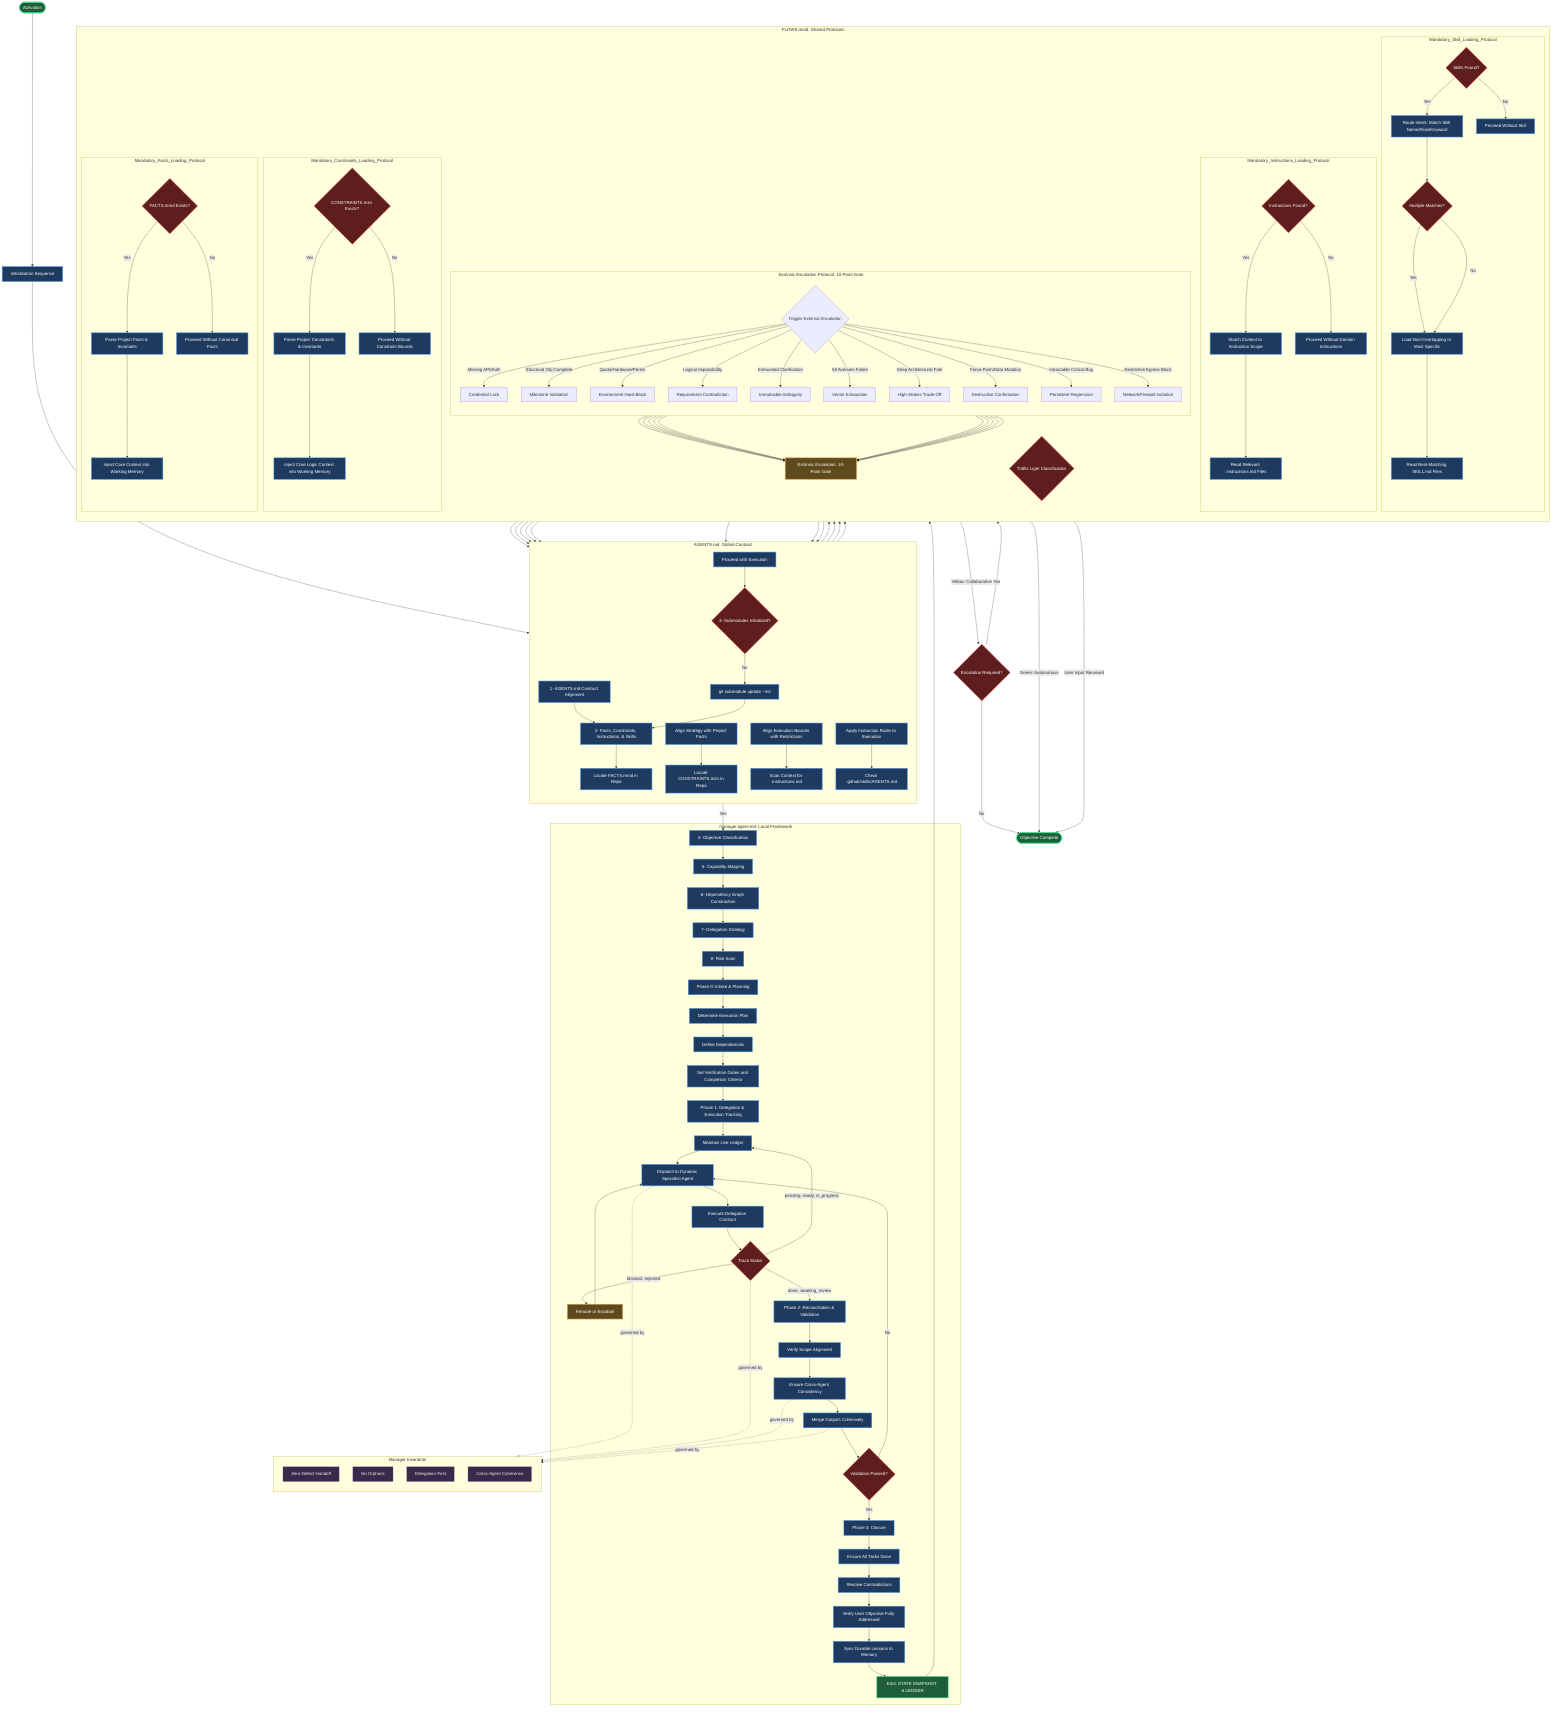
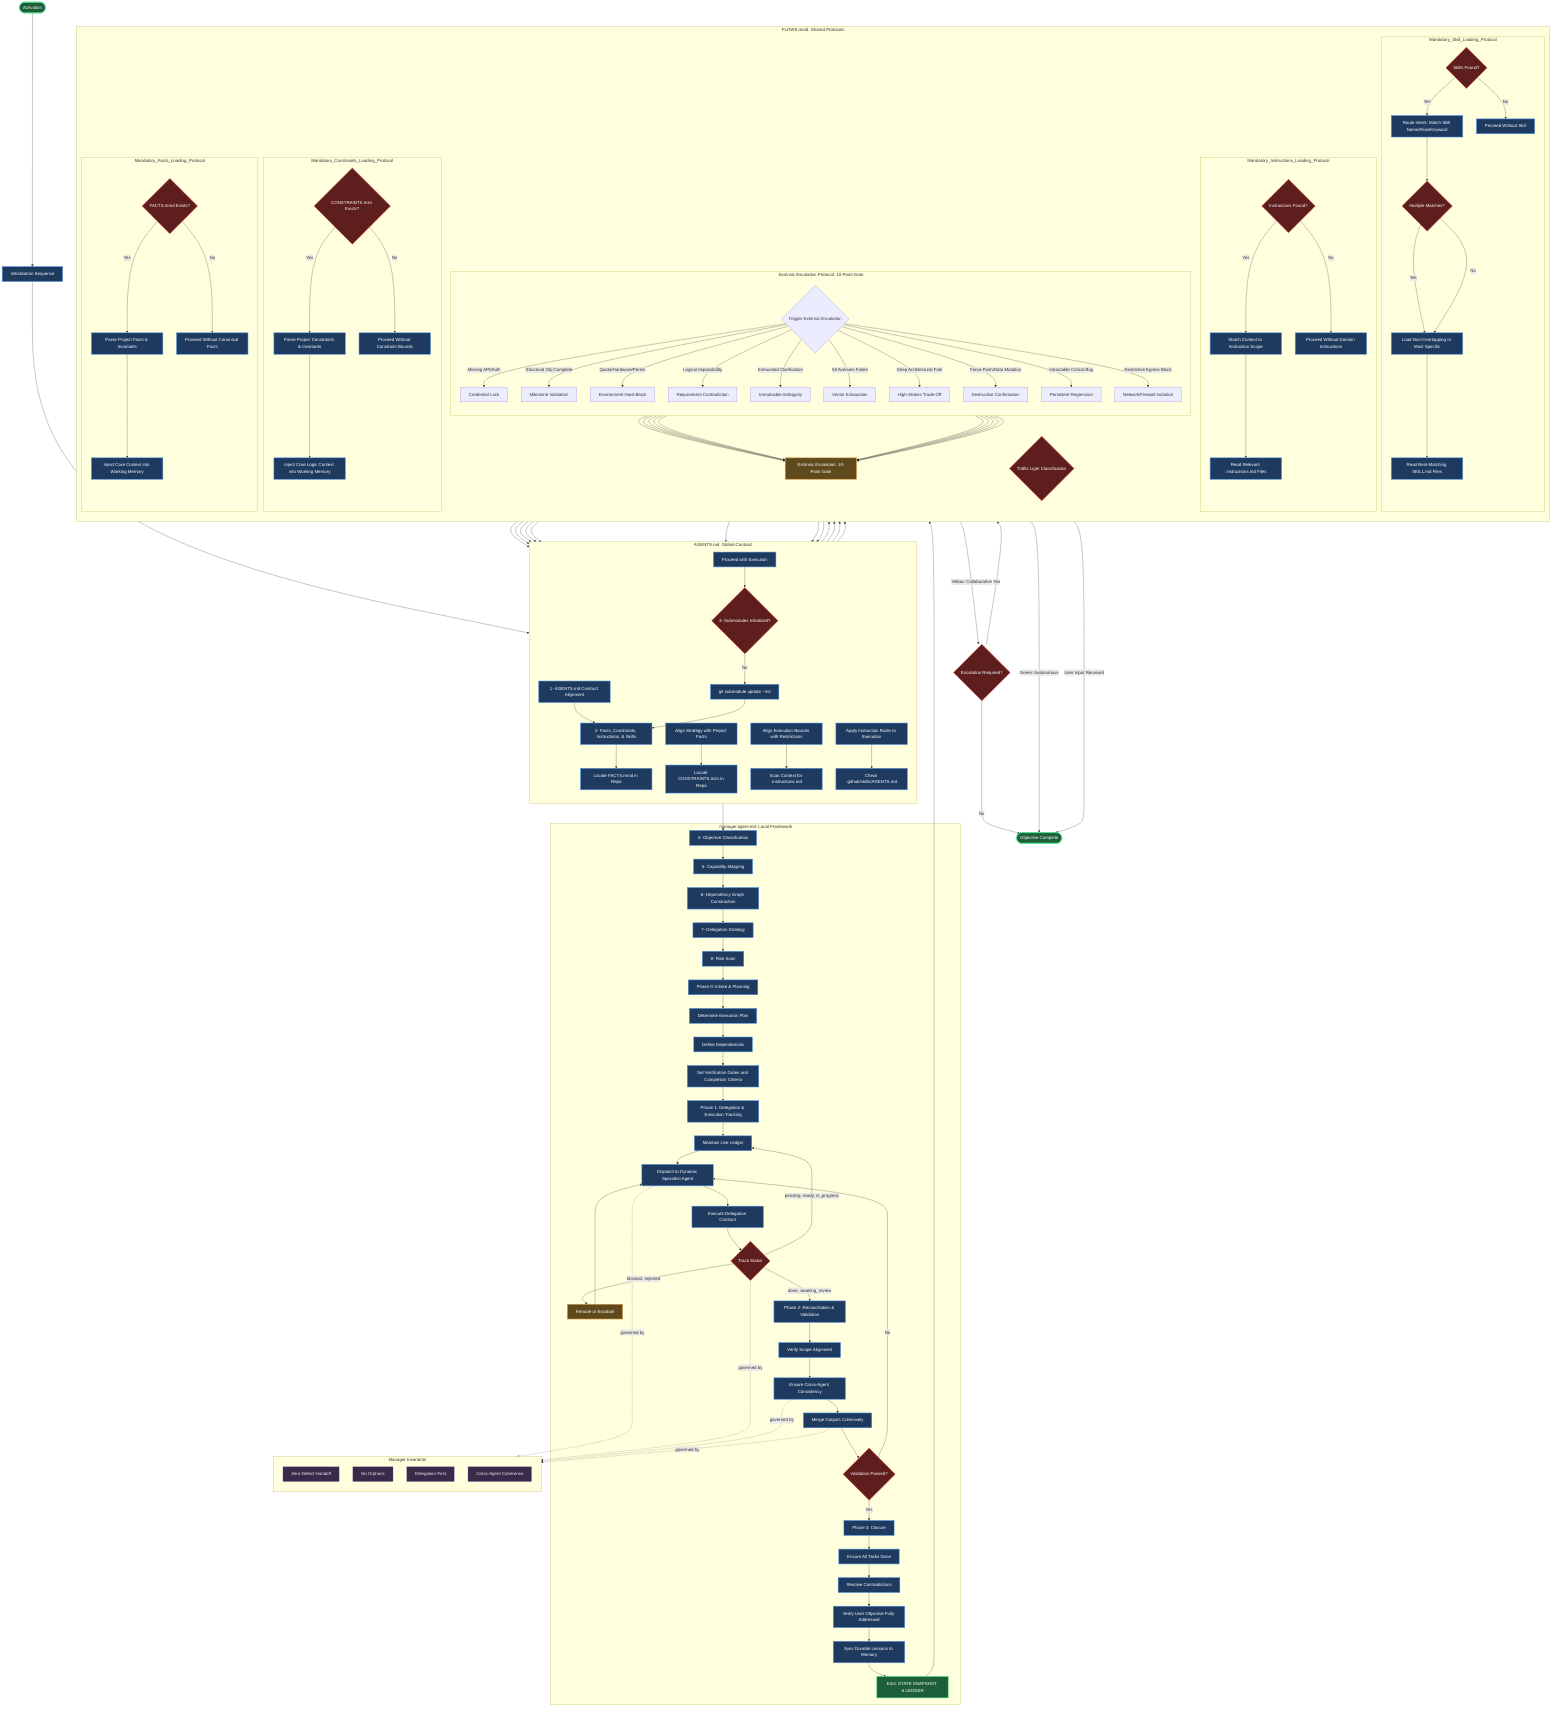
flowchart TD
    Start([Activation]) --> Boot[Initialization Sequence]

    subgraph GLOBAL_AGENTS_md [AGENTS.md: Global Contract]
        direction TB
        B1["1- AGENTS.md Contract Alignment"]
        B2["2- Facts, Constraints, Instructions, & Skills"]
        B1 --> B2
        B3{"3- Submodules Initialized?"}
        B3 -->|No| B3a["git submodule update --init"]
        B3a --> B2
        B2 --> FL1
        FL6 --> CL1
        CL6 --> IL1
        IL6 --> SL1
        SL8 --> B3
    end

-     Boot --> B1
-     B3 -->|Yes| B4
+     Boot --> GLOBAL_AGENTS_md
+     GLOBAL_AGENTS_md --> B4

    subgraph LOCAL_CONTRACT [manager.agent.md: Local Framework]
        B4["4- Objective Classification"]
        B5["5- Capability Mapping"]
        B6["6- Dependency Graph Construction"]
        B7["7- Delegation Strategy"]
        B8["8- Risk Scan"]

        B4 --> B5
        B5 --> B6
        B6 --> B7
        B7 --> B8

        B8 --> Phase0[Phase 0: Intake & Planning]

        Phase0 --> P0a[Determine Execution Plan]
        P0a --> P0b[Define Dependencies]
        P0b --> P0c[Set Verification Gates and Completion Criteria]

        P0c --> Phase1[Phase 1: Delegation & Execution Tracking]

        Phase1 --> P1a[Maintain Live Ledger]
        P1a --> P1b[Dispatch to Dynamic Specialist Agent]
        P1b --> P1c[Execute Delegation Contract]
        P1c --> Track{Track Status}
        Track -->|pending, ready, in_progress| P1a
        Track -->|blocked, rejected| EscalateOrReroute[Reroute or Escalate]
        EscalateOrReroute --> P1b
        Track -->|done, awaiting_review| Phase2

        Phase2[Phase 2: Reconciliation & Validation]
        Phase2 --> P2a[Verify Scope Alignment]
        P2a --> P2b[Ensure Cross-Agent Consistency]
        P2b --> P2c[Merge Outputs Cohesively]
        P2c --> Pass{Validation Passed?}
        Pass -->|No| P1b
        Pass -->|Yes| Phase3

        Phase3[Phase 3: Closure]
        Phase3 --> P3a[Ensure All Tasks Done]
        P3a --> P3b[Resolve Contradictions]
        P3b --> P3c[Verify User Objective Fully Addressed]
        P3c --> P3d[Sync Durable Lessons to Memory]

        P3d --> Output["Emit: STATE SNAPSHOT & LEDGER"]
    end

    subgraph GLOBAL_FLOWS_mmd [FLOWS.mmd: Shared Protocols]
        direction TB
        TL{Traffic Light Classification}

        subgraph Mandatory_Facts_Loading_Protocol
            FL1[Locate FACTS.mmd in Repo] --> FL2{FACTS.mmd Exists?}
            FL2 -->|Yes| FL3[Parse Project Facts & Invariants]
            FL3 --> FL4[Inject Core Context into Working Memory]
            FL2 -->|No| FL5[Proceed Without Canonical Facts]
            FL4 --> FL6[Align Strategy with Project Facts]
            FL5 --> FL6
        end

        subgraph Mandatory_Constraints_Loading_Protocol
            CL1[Locate CONSTRAINTS.mzn in Repo] --> CL2{CONSTRAINTS.mzn Exists?}
            CL2 -->|Yes| CL3[Parse Project Constraints & Invariants]
            CL3 --> CL4[Inject Core Logic Context into Working Memory]
            CL2 -->|No| CL5[Proceed Without Constraint Bounds]
            CL4 --> CL6[Align Execution Bounds with Restrictions]
            CL5 --> CL6
        end

        subgraph Mandatory_Instructions_Loading_Protocol
            IL1[Scan Context for .instructions.md] --> IL2{Instructions Found?}
            IL2 -->|Yes| IL3[Match Context to Instruction Scope]
            IL3 --> IL4[Read Relevant .instructions.md Files]
            IL2 -->|No| IL5[Proceed Without Domain Instructions]
            IL4 --> IL6[Apply Instruction Rules to Execution]
            IL5 --> IL6
        end

        subgraph Mandatory_Skill_Loading_Protocol
            SL1[Check .github/skills/AGENTS.md] --> SL2{Skills Found?}
            SL2 -->|Yes| SL3[Route Intent: Match Skill Name/Alias/Keyword]
            SL2 -->|No| SL6[Proceed Without Skill]
            SL3 --> SL4{Multiple Matches?}
            SL4 -->|Yes| SL5[Load Non-Overlapping or Most Specific]
            SL4 -->|No| SL5
            SL5 --> SL7[Read Best-Matching SKILL.md Files]
            SL7 --> SL8[Proceed with Execution]
            SL6 --> SL8
        end

        subgraph Extrinsic_Escalation_Protocol [Extrinsic Escalation Protocol: 10-Point Gate]
            direction TB
            EE_Trig{Trigger Extrinsic Escalation}
            EE_Trig -->|Missing API/Auth| EE1[Credential Lock]
            EE_Trig -->|Structural Obj Complete| EE2[Milestone Validation]
            EE_Trig -->|Quota/Hardware/Perms| EE3[Environment Hard-Block]
            EE_Trig -->|Logical Impossibility| EE4[Requirement Contradiction]
            EE_Trig -->|Exhausted Clarification| EE5[Irresolvable Ambiguity]
            EE_Trig -->|All Avenues Failed| EE6[Vector Exhaustion]
            EE_Trig -->|Deep Architectural Fork| EE7[High-Stakes Trade-Off]
            EE_Trig -->|Force-Push/Data Mutation| EE8[Destructive Confirmation]
            EE_Trig -->|Intractable Critical Bug| EE9[Persistent Regression]
            EE_Trig -->|Restrictive Egress Block| EE10[Network/Firewall Isolation]
        end

        EE1 & EE2 & EE3 & EE4 & EE5 & EE6 & EE7 & EE8 & EE9 & EE10 --> Escalate[Extrinsic Escalation: 10-Point Gate]
    end

    Output --> TL
    TL -->|Green: Autonomous| End([Objective Complete])
    TL -->|Yellow: Collaborative| EscalateGate{Escalation Required?}
    EscalateGate -->|Yes| EE_Trig
    Escalate -->|User Input Received| End
    EscalateGate -->|No| End

    subgraph Invariants ["Manager Invariants"]
        direction TB
        I1["Zero-Defect Handoff"]
        I2["No Orphans"]
        I3["Delegation-First"]
        I4["Cross-Agent Coherence"]
    end

    P1b -.->|governed by| I3
    Track -.->|governed by| I2
    P2b -.->|governed by| I4
    P2c -.->|governed by| I1

    classDef phaseNode fill:#1e3a5f,stroke:#4a90e2,stroke-width:2px,color:#fff
    classDef gateNode fill:#5f1e1e,stroke:#e24a4a,stroke-width:2px,color:#fff
    classDef checkNode fill:#5f4a1e,stroke:#e2a04a,stroke-width:2px,color:#fff
    classDef endNode fill:#1e5f3a,stroke:#4ae290,stroke-width:2px,color:#fff
    classDef guardNode fill:#3a2a4a,stroke:#a070c0,stroke-width:1px,color:#eee

    class FL1,FL3,FL4,FL5,FL6,CL1,CL3,CL4,CL5,CL6,IL1,IL3,IL4,IL5,IL6,SL1,SL3,SL5,SL6,SL7,SL8,B1,B2,B3a,B4,B5,B6,B7,B8,P0a,P0b,P0c,P1a,P1b,P1c,P2a,P2b,P2c,P3a,P3b,P3c,P3d phaseNode
    class FL2,CL2,IL2,SL2,SL4,B3,Track,Pass,TL,EscalateGate gateNode
    class Boot,Phase0,Phase1,Phase2,Phase3 phaseNode
    class EscalateOrReroute,Escalate checkNode
    class Start,End,Output endNode
    class I1,I2,I3,I4 guardNode
